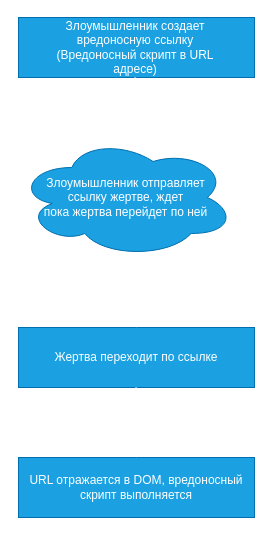
Above: WEB/XSS/diagrams/ReflectedXSS.drawio in piypil/6ukuna (draw.io), before the change. Source tidied: cells renumbered, new cells numbered last; positions are measured from the earlier drawing's top-left corner, leaving out a move shared by most shapes. Both pictures are drawn from the tidied source at 100%, with x=0, y=0 at pixel (17, 17).
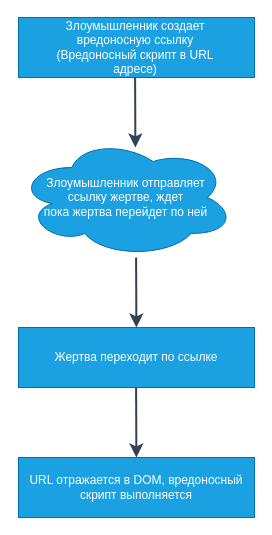
The same diagram, later.

What changed in the source:
```diff
@@
 <mxGraphModel>
   <root>
     <mxCell id="0" />
     <mxCell id="1" parent="0" />
     <mxCell id="2" style="rounded=0;whiteSpace=wrap;fillColor=#1ba1e2;fontColor=#ffffff;strokeColor=#006EAF;" parent="1" vertex="1">
       <mxGeometry x="1" width="236" height="60" as="geometry" />
     </mxCell>
     <mxCell id="3" value="Жертва переходит по ссылке" style="rounded=0;whiteSpace=wrap;fillColor=#1ba1e2;fontColor=#ffffff;strokeColor=#006EAF;" parent="1" vertex="1">
       <mxGeometry x="1" y="310" width="236" height="60" as="geometry" />
     </mxCell>
-    <mxCell id="4" style="endArrow=classic;endSize=8;startSize=8;jumpSize=7;strokeWidth=2;entryX=0.5;entryY=0;entryDx=0;entryDy=0;strokeColor=#FFFFFF;fillColor=#dae8fc;" parent="1" edge="1">
+    <mxCell id="4" style="endArrow=classic;endSize=8;startSize=8;jumpSize=7;strokeWidth=2;entryX=0.5;entryY=0;entryDx=0;entryDy=0;strokeColor=#314354;fillColor=#647687;" parent="1" edge="1">
       <mxGeometry relative="1" as="geometry">
         <mxPoint x="117.6" y="60" as="sourcePoint" />
         <mxPoint x="117.9" y="130" as="targetPoint" />
       </mxGeometry>
     </mxCell>
     <mxCell id="5" value="Злоумышленник создает вредоносную ссылку (Вредоносный скрипт в URL адресе)" style="text;strokeColor=none;fillColor=none;align=center;verticalAlign=middle;whiteSpace=wrap;rounded=0;fontColor=#FFFFFF;" parent="1" vertex="1">
       <mxGeometry x="29" y="15" width="178" height="30" as="geometry" />
     </mxCell>
     <mxCell id="6" value="Злоумышленник отправляет &lt;br&gt;ссылку жертве, ждет &lt;br&gt;пока жертва перейдет по ней" style="shape=cloud;whiteSpace=wrap;html=1;fillColor=#1ba1e2;fontColor=#ffffff;strokeColor=#006EAF;" parent="1" vertex="1">
       <mxGeometry y="120" width="217" height="120" as="geometry" />
     </mxCell>
     <mxCell id="7" value="URL отражается в DOM, вредоносный скрипт выполняется" style="rounded=0;whiteSpace=wrap;fillColor=#1ba1e2;fontColor=#ffffff;strokeColor=#006EAF;" parent="1" vertex="1">
       <mxGeometry x="1" y="440" width="236" height="60" as="geometry" />
     </mxCell>
-    <mxCell id="8" style="endArrow=classic;endSize=8;startSize=8;jumpSize=7;strokeWidth=2;entryX=0.5;entryY=0;entryDx=0;entryDy=0;strokeColor=#FFFFFF;fillColor=#dae8fc;" parent="1" edge="1">
+    <mxCell id="8" style="endArrow=classic;endSize=8;startSize=8;jumpSize=7;strokeWidth=2;entryX=0.5;entryY=0;entryDx=0;entryDy=0;strokeColor=#314354;fillColor=#647687;" parent="1" edge="1">
       <mxGeometry relative="1" as="geometry">
         <mxPoint x="118.6" y="240" as="sourcePoint" />
         <mxPoint x="118.9" y="310" as="targetPoint" />
       </mxGeometry>
     </mxCell>
-    <mxCell id="9" style="endArrow=classic;endSize=8;startSize=8;jumpSize=7;strokeWidth=2;entryX=0.5;entryY=0;entryDx=0;entryDy=0;strokeColor=#FFFFFF;fillColor=#dae8fc;" parent="1" edge="1">
+    <mxCell id="9" style="endArrow=classic;endSize=8;startSize=8;jumpSize=7;strokeWidth=2;entryX=0.5;entryY=0;entryDx=0;entryDy=0;strokeColor=#314354;fillColor=#647687;" parent="1" edge="1">
       <mxGeometry relative="1" as="geometry">
         <mxPoint x="118.6" y="370" as="sourcePoint" />
         <mxPoint x="118.9" y="440" as="targetPoint" />
       </mxGeometry>
     </mxCell>
   </root>
 </mxGraphModel>
```
